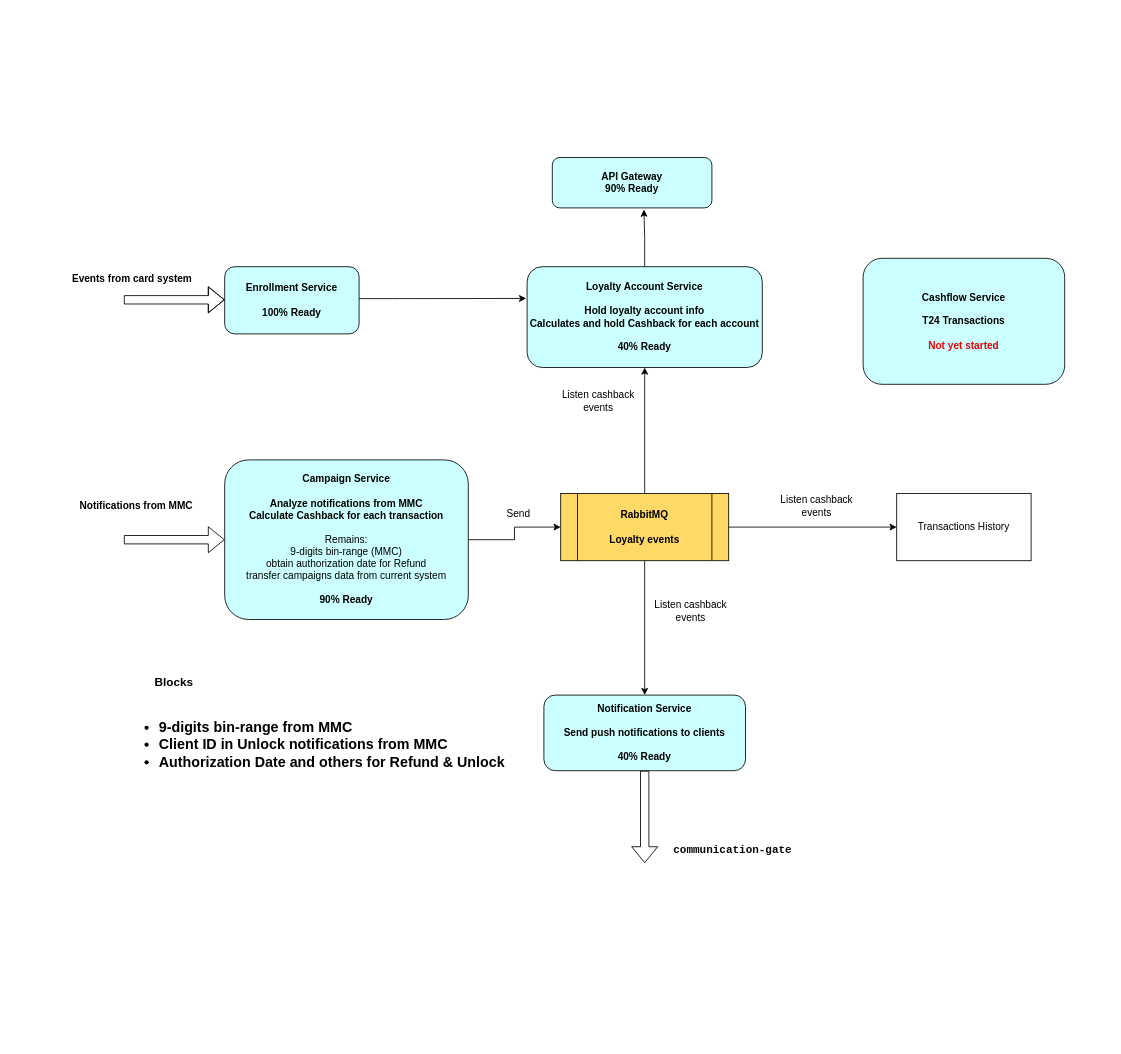
Before: Untitled Diagram.drawio in DemiusAcademius/diagrams, a draw.io diagram. Source tidied: cells renumbered, new cells numbered last; positions are measured from the earlier drawing's top-left corner, leaving out a move shared by most shapes. Both pictures are drawn from the tidied source at 84%, with x=0, y=0 at pixel (65, 157).
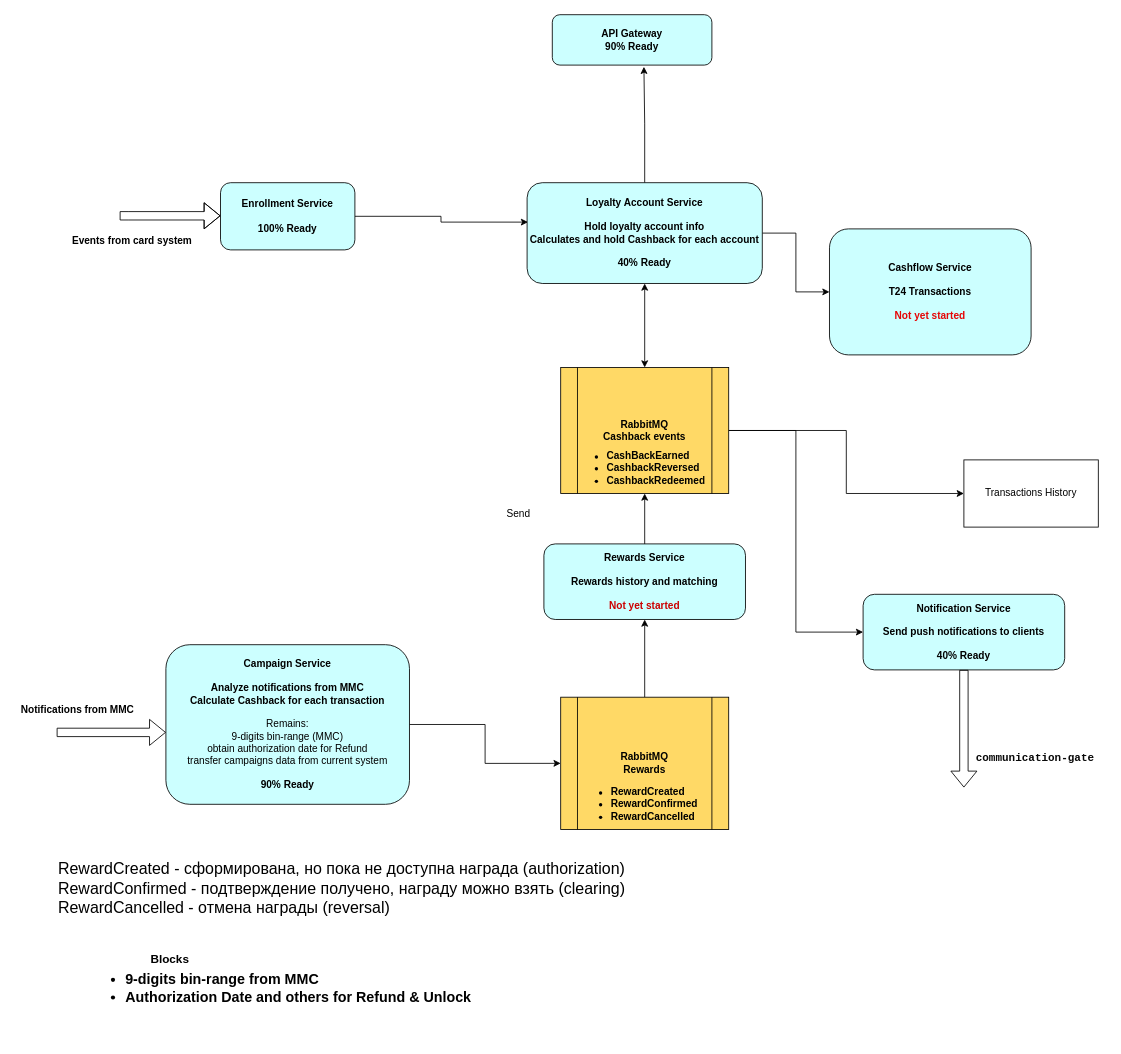
Above is the later version.

The edit, as a diff of the source:
```diff
@@
     <mxCell id="3" value="&lt;b&gt;Campaign Service&lt;/b&gt;&lt;br&gt;&lt;br&gt;&lt;b&gt;Analyze notifications from MMC&lt;/b&gt;&lt;br&gt;&lt;b&gt;Calculate Cashback for each transaction&lt;/b&gt;&lt;br&gt;&lt;br&gt;Remains: &lt;br&gt;9-digits bin-range (MMC)&lt;br&gt;obtain authorization date for Refund&lt;br&gt;transfer campaigns data from current system&lt;br&gt;&lt;br&gt;&lt;b&gt;90% Ready&lt;/b&gt;" style="rounded=1;whiteSpace=wrap;html=1;fillColor=#CCFFFF;" parent="1" vertex="1">
-      <mxGeometry x="190" y="360" width="290" height="190" as="geometry" />
+      <mxGeometry x="120" y="580" width="290" height="190" as="geometry" />
     </mxCell>
-    <mxCell id="4" style="shape=flexArrow;endArrow=classic;html=1;rounded=0;entryX=0;entryY=0.5;entryDx=0;entryDy=0;" parent="1" edge="1" target="3">
+    <mxCell id="4" style="shape=flexArrow;endArrow=classic;html=1;rounded=0;entryX=0;entryY=0.5;entryDx=0;entryDy=0;" parent="1" edge="1">
       <mxGeometry relative="1" as="geometry">
-        <mxPoint x="70" y="455" as="sourcePoint" />
+        <mxPoint x="-10" y="684.4" as="sourcePoint" />
+        <mxPoint x="120" y="684.4" as="targetPoint" />
       </mxGeometry>
     </mxCell>
     <mxCell id="5" value="&lt;b&gt;Notifications from MMC&lt;/b&gt;" style="text;html=1;strokeColor=none;fillColor=none;align=center;verticalAlign=middle;whiteSpace=wrap;rounded=0;" parent="1" vertex="1">
-      <mxGeometry x="10" y="400" width="150" height="30" as="geometry" />
+      <mxGeometry x="-60" y="642.5" width="150" height="30" as="geometry" />
     </mxCell>
-    <mxCell id="6" style="edgeStyle=orthogonalEdgeStyle;rounded=0;jettySize=auto;html=1;entryX=-0.004;entryY=0.315;entryDx=0;entryDy=0;entryPerimeter=0;" parent="1" edge="1" source="7" target="11">
-      <mxGeometry relative="1" as="geometry">
-        <Array as="points">
-          <mxPoint x="390" y="168" />
-          <mxPoint x="390" y="168" />
-        </Array>
-      </mxGeometry>
+    <mxCell id="6" style="edgeStyle=orthogonalEdgeStyle;rounded=0;jettySize=auto;html=1;entryX=0.004;entryY=0.391;entryDx=0;entryDy=0;entryPerimeter=0;" parent="1" edge="1" source="7" target="11">
+      <mxGeometry relative="1" as="geometry" />
     </mxCell>
     <mxCell id="7" value="&lt;b&gt;Enrollment Service&lt;br&gt;&lt;br&gt;100% Ready&lt;br&gt;&lt;/b&gt;" style="rounded=1;whiteSpace=wrap;html=1;fillColor=#CCFFFF;" parent="1" vertex="1">
-      <mxGeometry x="190" y="130" width="160" height="80" as="geometry" />
+      <mxGeometry x="185" y="30" width="160" height="80" as="geometry" />
     </mxCell>
     <mxCell id="8" style="shape=flexArrow;endArrow=classic;html=1;rounded=0;entryX=0;entryY=0.5;entryDx=0;entryDy=0;" parent="1" edge="1">
       <mxGeometry relative="1" as="geometry">
-        <mxPoint x="70" y="169.4" as="sourcePoint" />
-        <mxPoint x="190" y="169.4" as="targetPoint" />
+        <mxPoint x="65" y="69.4" as="sourcePoint" />
+        <mxPoint x="185" y="69.4" as="targetPoint" />
         <Array as="points">
-          <mxPoint x="80" y="169.4" />
+          <mxPoint x="75" y="69.4" />
         </Array>
       </mxGeometry>
     </mxCell>
     <mxCell id="9" value="&lt;b&gt;Events from card system&lt;/b&gt;" style="text;html=1;strokeColor=none;fillColor=none;align=center;verticalAlign=middle;whiteSpace=wrap;rounded=0;" parent="1" vertex="1">
-      <mxGeometry y="130" width="160" height="30" as="geometry" />
+      <mxGeometry y="85" width="160" height="30" as="geometry" />
     </mxCell>
@@
+    <mxCell id="28" style="edgeStyle=orthogonalEdgeStyle;rounded=0;jettySize=auto;html=1;entryX=0;entryY=0.5;entryDx=0;entryDy=0;" parent="1" edge="1" source="11" target="25">
+      <mxGeometry relative="1" as="geometry" />
+    </mxCell>
     <mxCell id="11" value="&lt;b&gt;Loyalty Account Service&lt;br&gt;&lt;br&gt;Hold loyalty account info&lt;br&gt;Calculates and hold Cashback for each account&lt;br&gt;&lt;br&gt;40% Ready&lt;br&gt;&lt;/b&gt;" style="rounded=1;whiteSpace=wrap;html=1;fillColor=#CCFFFF;" parent="1" vertex="1">
-      <mxGeometry x="550" y="130" width="280" height="120" as="geometry" />
+      <mxGeometry x="550" y="30" width="280" height="120" as="geometry" />
     </mxCell>
-    <mxCell id="12" style="edgeStyle=orthogonalEdgeStyle;rounded=0;jettySize=auto;html=1;entryX=0.5;entryY=1;entryDx=0;entryDy=0;" parent="1" edge="1" source="15" target="11">
-      <mxGeometry relative="1" as="geometry" />
-    </mxCell>
-    <mxCell id="13" style="edgeStyle=orthogonalEdgeStyle;rounded=0;jettySize=auto;html=1;entryX=0.5;entryY=0;entryDx=0;entryDy=0;" parent="1" edge="1" source="15" target="19">
-      <mxGeometry relative="1" as="geometry" />
-    </mxCell>
-    <mxCell id="14" style="edgeStyle=orthogonalEdgeStyle;rounded=0;jettySize=auto;html=1;entryX=0;entryY=0.5;entryDx=0;entryDy=0;" parent="1" edge="1" source="15" target="23">
-      <mxGeometry relative="1" as="geometry" />
-    </mxCell>
+    <mxCell id="29" style="edgeStyle=orthogonalEdgeStyle;rounded=0;jettySize=auto;html=1;entryX=0.5;entryY=1;entryDx=0;entryDy=0;" parent="1" edge="1" source="15" target="31">
+      <mxGeometry relative="1" as="geometry" />
+    </mxCell>
-    <mxCell id="15" value="&lt;b&gt;RabbitMQ&lt;br&gt;&lt;br&gt;Loyalty events&lt;/b&gt;" style="shape=process;whiteSpace=wrap;html=1;backgroundOutline=1;fillColor=#FFD966;" parent="1" vertex="1">
-      <mxGeometry x="590" y="400" width="200" height="80" as="geometry" />
+    <mxCell id="15" value="&lt;b&gt;RabbitMQ&lt;br&gt;Rewards&lt;br&gt;&lt;/b&gt;" style="shape=process;whiteSpace=wrap;html=1;backgroundOutline=1;fillColor=#FFD966;" parent="1" vertex="1">
+      <mxGeometry x="590" y="642.5" width="200" height="157.5" as="geometry" />
     </mxCell>
@@
-    <mxCell id="17" value="Listen cashback events" style="text;html=1;strokeColor=none;fillColor=none;align=center;verticalAlign=middle;whiteSpace=wrap;rounded=0;" parent="1" vertex="1">
-      <mxGeometry x="590" y="270" width="90" height="40" as="geometry" />
-    </mxCell>
     <mxCell id="18" value="&lt;b&gt;API Gateway&lt;br&gt;90% Ready&lt;/b&gt;" style="rounded=1;whiteSpace=wrap;html=1;fillColor=#CCFFFF;" parent="1" vertex="1">
-      <mxGeometry x="580" width="190" height="60" as="geometry" />
+      <mxGeometry x="580" y="-170" width="190" height="60" as="geometry" />
     </mxCell>
     <mxCell id="19" value="&lt;b&gt;Notification Service&lt;br&gt;&lt;br&gt;Send push notifications to clients&lt;br&gt;&lt;br&gt;40% Ready&lt;/b&gt;" style="rounded=1;whiteSpace=wrap;html=1;fillColor=#CCFFFF;" parent="1" vertex="1">
-      <mxGeometry x="570" y="640" width="240" height="90" as="geometry" />
+      <mxGeometry x="950" y="520" width="240" height="90" as="geometry" />
     </mxCell>
-    <mxCell id="20" value="Listen cashback events" style="text;html=1;strokeColor=none;fillColor=none;align=center;verticalAlign=middle;whiteSpace=wrap;rounded=0;" parent="1" vertex="1">
-      <mxGeometry x="700" y="520" width="90" height="40" as="geometry" />
-    </mxCell>
     <mxCell id="21" style="shape=flexArrow;endArrow=classic;html=1;rounded=0;exitX=0.5;exitY=1;exitDx=0;exitDy=0;" parent="1" edge="1" source="19">
       <mxGeometry relative="1" as="geometry">
-        <mxPoint x="690" y="840" as="targetPoint" />
+        <mxPoint x="1070" y="750" as="targetPoint" />
       </mxGeometry>
     </mxCell>
     <mxCell id="22" value="&lt;div style=&quot;background-color: rgb(255, 255, 255); color: rgb(8, 8, 8); font-family: &amp;quot;JetBrains Mono&amp;quot;, monospace; font-size: 9.8pt;&quot;&gt;&lt;b&gt;communication-gate&lt;/b&gt;&lt;/div&gt;" style="text;html=1;strokeColor=none;fillColor=none;align=center;verticalAlign=middle;whiteSpace=wrap;rounded=0;" parent="1" vertex="1">
-      <mxGeometry x="710" y="810" width="170" height="30" as="geometry" />
+      <mxGeometry x="1070" y="700" width="170" height="30" as="geometry" />
     </mxCell>
     <mxCell id="23" value="Transactions History" style="rounded=0;whiteSpace=wrap;html=1;" parent="1" vertex="1">
-      <mxGeometry x="990" y="400" width="160" height="80" as="geometry" />
+      <mxGeometry x="1070" y="360" width="160" height="80" as="geometry" />
     </mxCell>
-    <mxCell id="24" value="Listen cashback events" style="text;html=1;strokeColor=none;fillColor=none;align=center;verticalAlign=middle;whiteSpace=wrap;rounded=0;" parent="1" vertex="1">
-      <mxGeometry x="850" y="395" width="90" height="40" as="geometry" />
-    </mxCell>
     <mxCell id="25" value="&lt;b&gt;Cashflow Service&lt;br&gt;&lt;br&gt;T24 Transactions&lt;br&gt;&lt;br&gt;&lt;font color=&quot;#e60505&quot;&gt;Not yet started&lt;/font&gt;&lt;/b&gt;" style="rounded=1;whiteSpace=wrap;html=1;fillColor=#CCFFFF;" parent="1" vertex="1">
-      <mxGeometry x="950" y="120" width="240" height="150" as="geometry" />
+      <mxGeometry x="910" y="85" width="240" height="150" as="geometry" />
     </mxCell>
-    <mxCell id="26" value="&lt;ul style=&quot;font-size: 17px;&quot;&gt;&lt;li&gt;&lt;b&gt;9-digits bin-range from MMC&lt;/b&gt;&lt;/li&gt;&lt;li&gt;&lt;b&gt;Client ID in Unlock notifications from MMC&lt;/b&gt;&lt;/li&gt;&lt;li&gt;&lt;b&gt;Authorization Date and others for Refund &amp;amp; Unlock&lt;/b&gt;&lt;/li&gt;&lt;/ul&gt;" style="text;strokeColor=none;fillColor=none;html=1;whiteSpace=wrap;verticalAlign=middle;overflow=hidden;" parent="1" vertex="1">
-      <mxGeometry x="70" y="640" width="470" height="120" as="geometry" />
+    <mxCell id="26" value="&lt;ul style=&quot;font-size: 17px;&quot;&gt;&lt;li&gt;&lt;b&gt;9-digits bin-range from MMC&lt;/b&gt;&lt;/li&gt;&lt;li&gt;&lt;b&gt;Authorization Date and others for Refund &amp;amp; Unlock&lt;/b&gt;&lt;/li&gt;&lt;/ul&gt;" style="text;strokeColor=none;fillColor=none;html=1;whiteSpace=wrap;verticalAlign=middle;overflow=hidden;" parent="1" vertex="1">
+      <mxGeometry x="30" y="930" width="470" height="120" as="geometry" />
     </mxCell>
     <mxCell id="27" value="&lt;b&gt;&lt;font style=&quot;font-size: 14px;&quot;&gt;Blocks&lt;/font&gt;&lt;/b&gt;" style="text;html=1;strokeColor=none;fillColor=none;align=center;verticalAlign=middle;whiteSpace=wrap;rounded=0;" parent="1" vertex="1">
-      <mxGeometry x="70" y="610" width="120" height="30" as="geometry" />
+      <mxGeometry x="65" y="940" width="120" height="30" as="geometry" />
     </mxCell>
+    <mxCell id="30" style="edgeStyle=orthogonalEdgeStyle;rounded=0;jettySize=auto;html=1;entryX=0.5;entryY=1;entryDx=0;entryDy=0;" parent="1" edge="1" source="31" target="35">
+      <mxGeometry relative="1" as="geometry" />
+    </mxCell>
+    <mxCell id="31" value="&lt;b&gt;Rewards Service&lt;br&gt;&lt;br&gt;Rewards history and matching&lt;br&gt;&lt;br&gt;&lt;font color=&quot;#cc0000&quot;&gt;Not yet started&lt;/font&gt;&lt;br&gt;&lt;/b&gt;" style="rounded=1;whiteSpace=wrap;html=1;fillColor=#CCFFFF;" parent="1" vertex="1">
+      <mxGeometry x="570" y="460" width="240" height="90" as="geometry" />
+    </mxCell>
+    <mxCell id="32" style="edgeStyle=orthogonalEdgeStyle;rounded=0;jettySize=auto;html=1;entryX=0.5;entryY=1;entryDx=0;entryDy=0;startArrow=classic;startFill=1;" parent="1" edge="1" source="35" target="11">
+      <mxGeometry relative="1" as="geometry" />
+    </mxCell>
+    <mxCell id="33" style="edgeStyle=orthogonalEdgeStyle;rounded=0;jettySize=auto;html=1;entryX=0;entryY=0.5;entryDx=0;entryDy=0;" parent="1" edge="1" source="35" target="23">
+      <mxGeometry relative="1" as="geometry" />
+    </mxCell>
+    <mxCell id="34" style="edgeStyle=orthogonalEdgeStyle;rounded=0;jettySize=auto;html=1;entryX=0;entryY=0.5;entryDx=0;entryDy=0;" parent="1" edge="1" source="35" target="19">
+      <mxGeometry relative="1" as="geometry" />
+    </mxCell>
+    <mxCell id="35" value="&lt;b&gt;RabbitMQ&lt;br&gt;Cashback events&lt;br&gt;&lt;/b&gt;" style="shape=process;whiteSpace=wrap;html=1;backgroundOutline=1;fillColor=#FFD966;" parent="1" vertex="1">
+      <mxGeometry x="590" y="250" width="200" height="150" as="geometry" />
+    </mxCell>
+    <mxCell id="36" value="&lt;ul&gt;&lt;li&gt;&lt;strong&gt;RewardCreated&lt;/strong&gt;&lt;/li&gt;&lt;li&gt;&lt;strong&gt;RewardConfirmed&lt;/strong&gt;&lt;/li&gt;&lt;li&gt;&lt;strong&gt;RewardCancelled&lt;/strong&gt;&lt;br&gt;&lt;/li&gt;&lt;/ul&gt;" style="text;strokeColor=none;fillColor=none;html=1;whiteSpace=wrap;verticalAlign=middle;overflow=hidden;" parent="1" vertex="1">
+      <mxGeometry x="607.5" y="720" width="165" height="100" as="geometry" />
+    </mxCell>
+    <mxCell id="37" value="&lt;ul&gt;&lt;li&gt;&lt;b&gt;CashBackEarned&lt;/b&gt;&lt;/li&gt;&lt;li&gt;&lt;b&gt;CashbackReversed&lt;/b&gt;&lt;/li&gt;&lt;li&gt;&lt;b&gt;CashbackRedeemed&lt;/b&gt;&lt;br&gt;&lt;/li&gt;&lt;/ul&gt;" style="text;strokeColor=none;fillColor=none;html=1;whiteSpace=wrap;verticalAlign=middle;overflow=hidden;" parent="1" vertex="1">
+      <mxGeometry x="602.5" y="330" width="170" height="80" as="geometry" />
+    </mxCell>
+    <mxCell id="38" value="&lt;font style=&quot;font-size: 19px;&quot;&gt;RewardCreated - сформирована, но пока не доступна награда (authorization)&lt;br&gt;RewardConfirmed - подтверждение получено, награду можно взять (clearing)&lt;br&gt;RewardCancelled - отмена награды (reversal)&lt;/font&gt;" style="text;whiteSpace=wrap;html=1;" parent="1" vertex="1">
+      <mxGeometry x="-10" y="830" width="700" height="80" as="geometry" />
+    </mxCell>
```
